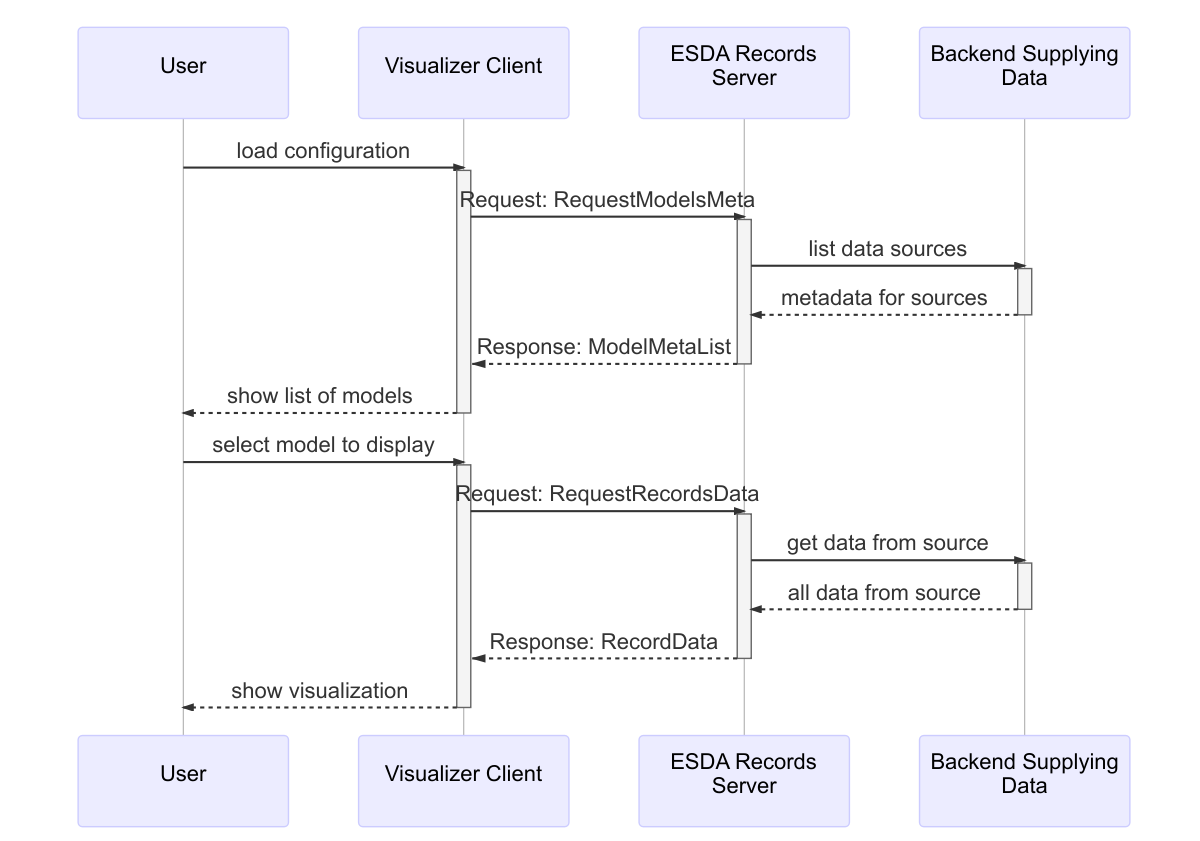
Before: static-data-rpc.mermaid.png, a diagram exported from Mermaid (NREL/AESD). Its source is kept beside it as static-data-rpc.mermaid. Its diagram source:
```mermaid
sequenceDiagram

participant User
participant Visualizer Client
participant ESDA Records Server
participant Backend Supplying Data

User ->> Visualizer Client: load configuration
activate Visualizer Client
Visualizer Client ->> ESDA Records Server: Request: RequestModelsMeta
activate ESDA Records Server
ESDA Records Server ->> Backend Supplying Data: list data sources
activate Backend Supplying Data
Backend Supplying Data -->> ESDA Records Server: metadata for sources
deactivate Backend Supplying Data
ESDA Records Server --x Visualizer Client: Response: ModelMetaList
deactivate ESDA Records Server
Visualizer Client -->> User: show list of models
deactivate Visualizer Client

User ->> Visualizer Client: select model to display
activate Visualizer Client
Visualizer Client ->> ESDA Records Server: Request: RequestRecordsData
activate ESDA Records Server
ESDA Records Server ->> Backend Supplying Data: get data from source
activate Backend Supplying Data
Backend Supplying Data -->> ESDA Records Server: all data from source
deactivate Backend Supplying Data
ESDA Records Server --x Visualizer Client: Response: RecordData
deactivate ESDA Records Server
Visualizer Client -->> User: show visualization
deactivate Visualizer Client
```
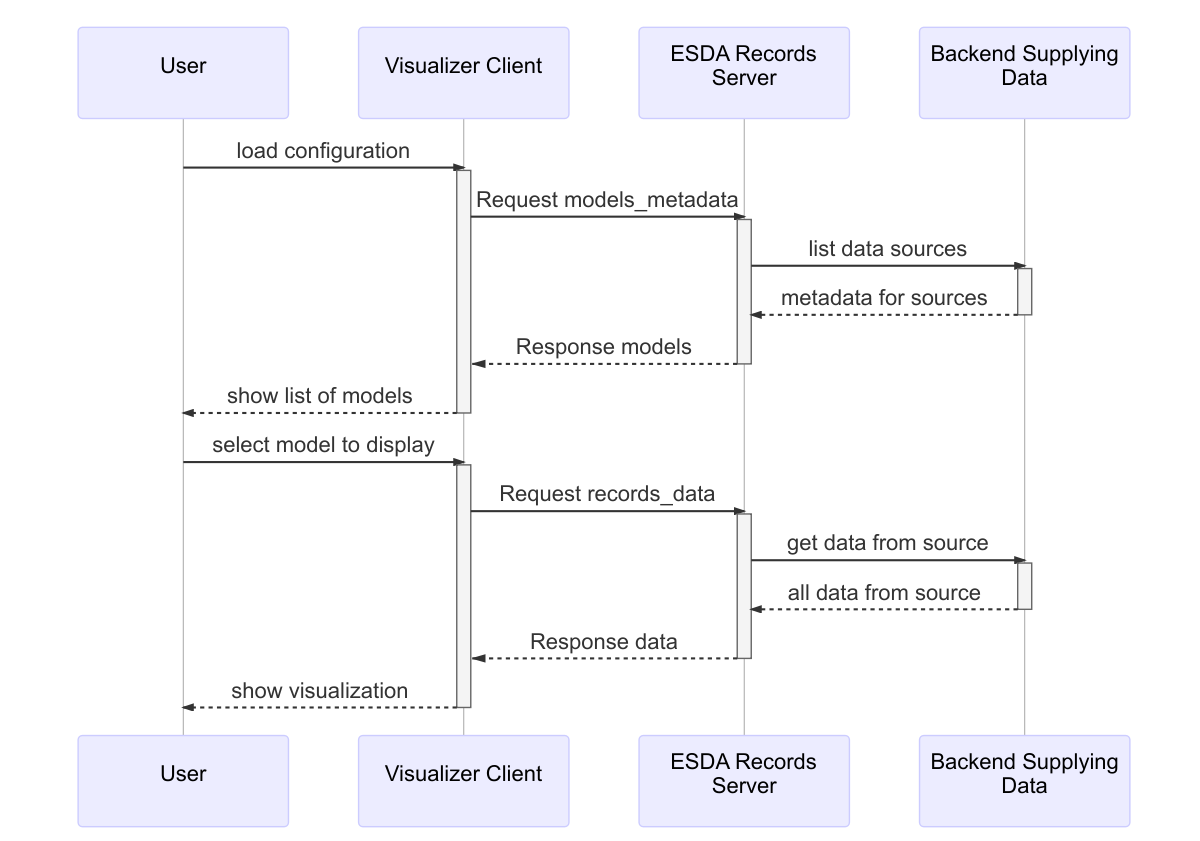
After the change.

Change to the diagram source:
```diff
@@ -7,26 +7,26 @@
 
 User ->> Visualizer Client: load configuration
 activate Visualizer Client
-Visualizer Client ->> ESDA Records Server: Request: RequestModelsMeta
+Visualizer Client ->> ESDA Records Server: Request models_metadata
 activate ESDA Records Server
 ESDA Records Server ->> Backend Supplying Data: list data sources
 activate Backend Supplying Data
 Backend Supplying Data -->> ESDA Records Server: metadata for sources
 deactivate Backend Supplying Data
-ESDA Records Server --x Visualizer Client: Response: ModelMetaList
+ESDA Records Server --x Visualizer Client: Response models
 deactivate ESDA Records Server
 Visualizer Client -->> User: show list of models
 deactivate Visualizer Client
 
 User ->> Visualizer Client: select model to display
 activate Visualizer Client
-Visualizer Client ->> ESDA Records Server: Request: RequestRecordsData
+Visualizer Client ->> ESDA Records Server: Request records_data
 activate ESDA Records Server
 ESDA Records Server ->> Backend Supplying Data: get data from source
 activate Backend Supplying Data
 Backend Supplying Data -->> ESDA Records Server: all data from source
 deactivate Backend Supplying Data
-ESDA Records Server --x Visualizer Client: Response: RecordData
+ESDA Records Server --x Visualizer Client: Response data
 deactivate ESDA Records Server
 Visualizer Client -->> User: show visualization
 deactivate Visualizer Client
```
